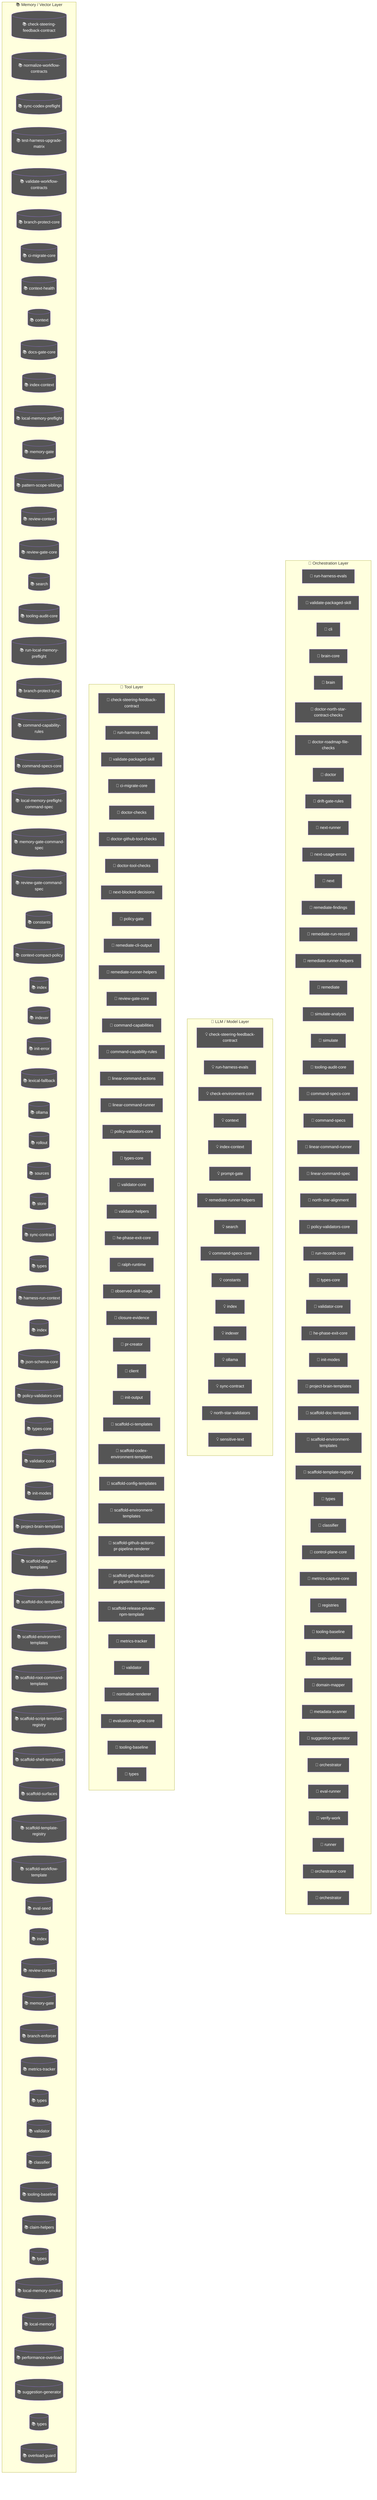
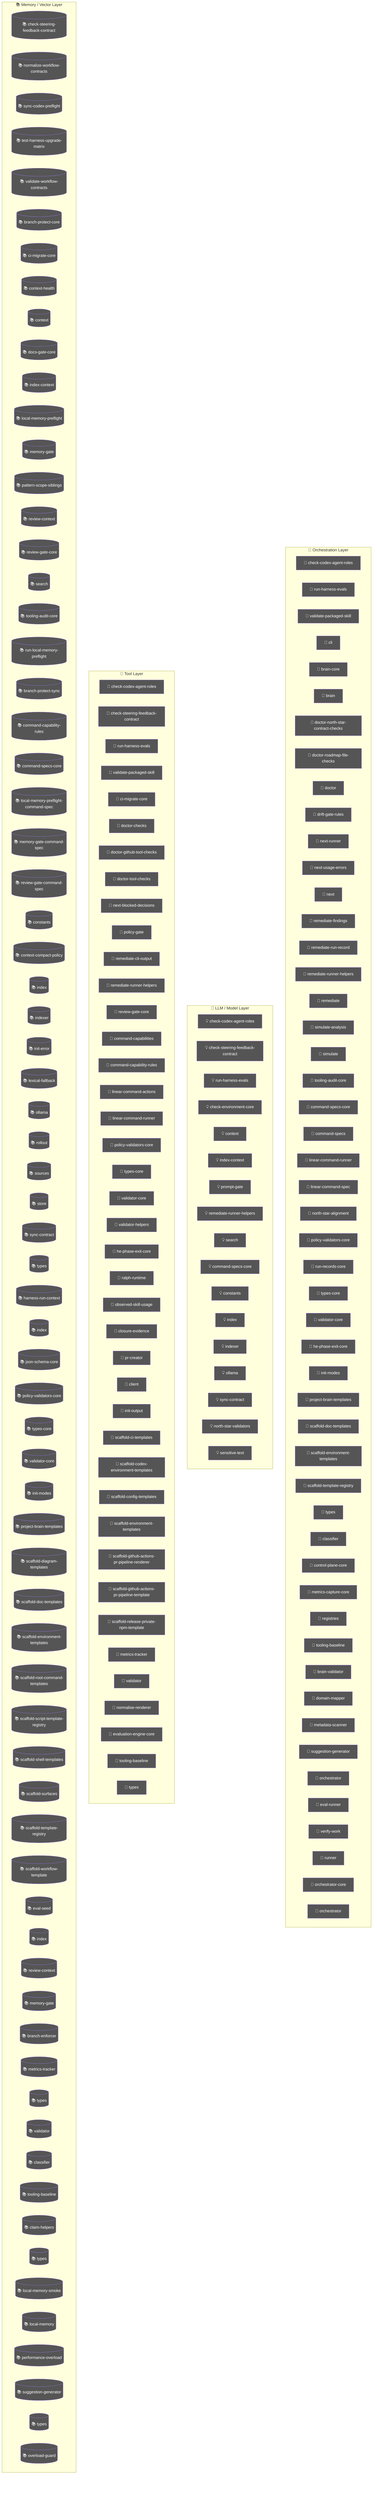
flowchart TD
  subgraph Orchestration["🎯 Orchestration Layer"]
+     node_agent_mmd_orchestration_layer_orchestration_chec_7a9f0b64["🤖 check-codex-agent-roles"]
    node_agent_mmd_orchestration_layer_orchestration_run__18817957["🤖 run-harness-evals"]
    node_agent_mmd_orchestration_layer_orchestration_vali_c01b04be["🤖 validate-packaged-skill"]
    cli_99bb8840["🤖 cli"]
    brain_core_aa07c380["🤖 brain-core"]
    brain_bbbf7a64["🤖 brain"]
    doctor_north_star_contract_checks_0048124c["🤖 doctor-north-star-contract-checks"]
    doctor_roadmap_file_checks_14447b8e["🤖 doctor-roadmap-file-checks"]
    doctor_72f4be89["🤖 doctor"]
    drift_gate_rules_9685e72d["🤖 drift-gate-rules"]
    next_runner_41643472["🤖 next-runner"]
    next_usage_errors_837a345a["🤖 next-usage-errors"]
    next_c6c1c9a9["🤖 next"]
    remediate_findings_8b09c8c6["🤖 remediate-findings"]
    remediate_run_record_9dfe5dc1["🤖 remediate-run-record"]
    node_agent_mmd_orchestration_layer_orchestration_reme_359fe98f["🤖 remediate-runner-helpers"]
    remediate_06b9c7fc["🤖 remediate"]
    simulate_analysis_164a460c["🤖 simulate-analysis"]
    simulate_b9efe395["🤖 simulate"]
    node_agent_mmd_orchestration_layer_orchestration_tool_acfe0c01["🤖 tooling-audit-core"]
    node_agent_mmd_orchestration_layer_orchestration_comm_1f8cc24c["🤖 command-specs-core"]
    command_specs_69167c63["🤖 command-specs"]
    node_agent_mmd_orchestration_layer_orchestration_line_b67affd5["🤖 linear-command-runner"]
    linear_command_spec_1e12dd44["🤖 linear-command-spec"]
    north_star_alignment_00440188["🤖 north-star-alignment"]
    node_agent_mmd_orchestration_layer_orchestration_poli_3270b55d["🤖 policy-validators-core"]
    run_records_core_89286dfa["🤖 run-records-core"]
    node_agent_mmd_orchestration_layer_orchestration_type_7cf81261["🤖 types-core"]
    node_agent_mmd_orchestration_layer_orchestration_vali_d9fe99e6["🤖 validator-core"]
    node_agent_mmd_orchestration_layer_orchestration_he_p_fc778c24["🤖 he-phase-exit-core"]
    node_agent_mmd_orchestration_layer_orchestration_init_2a9c3ecb["🤖 init-modes"]
    node_agent_mmd_orchestration_layer_orchestration_proj_6ab6f60f["🤖 project-brain-templates"]
    node_agent_mmd_orchestration_layer_orchestration_scaf_12cc07db["🤖 scaffold-doc-templates"]
    node_agent_mmd_orchestration_layer_orchestration_scaf_c9a90c2f["🤖 scaffold-environment-templates"]
    node_agent_mmd_orchestration_layer_orchestration_scaf_ff8f92f6["🤖 scaffold-template-registry"]
    types_8_f6283648["🤖 types"]
    node_agent_mmd_orchestration_layer_orchestration_clas_899b821a["🤖 classifier"]
    control_plane_core_db3b4cb2["🤖 control-plane-core"]
    metrics_capture_core_db4bf7cf["🤖 metrics-capture-core"]
    registries_06402afa["🤖 registries"]
    node_agent_mmd_orchestration_layer_orchestration_tool_cc43149f["🤖 tooling-baseline"]
    brain_validator_be251832["🤖 brain-validator"]
    domain_mapper_cd9333d2["🤖 domain-mapper"]
    metadata_scanner_6a101b66["🤖 metadata-scanner"]
    node_agent_mmd_orchestration_layer_orchestration_sugg_85c5ebe3["🤖 suggestion-generator"]
    orchestrator_11376b7e["🤖 orchestrator"]
    eval_runner_0966a6b3["🤖 eval-runner"]
    verify_work_1_cd8e7ec3["🤖 verify-work"]
    runner_527aa9f4["🤖 runner"]
    orchestrator_core_d0678b53["🤖 orchestrator-core"]
    orchestrator_1_6b7137c5["🤖 orchestrator"]
  end
  subgraph LLMLayer["🧠 LLM / Model Layer"]
+     node_agent_mmd_llm_model_layer_llmlayer_check_codex_a_29e7b7fa["💡 check-codex-agent-roles"]
    node_agent_mmd_llm_model_layer_llmlayer_check_steerin_a7dbbd2f["💡 check-steering-feedback-contract"]
    node_agent_mmd_llm_model_layer_llmlayer_run_harness_e_603fcfdc["💡 run-harness-evals"]
    check_environment_core_2c16213f["💡 check-environment-core"]
    node_agent_mmd_llm_model_layer_llmlayer_context_conte_ad2dfbd9["💡 context"]
    node_agent_mmd_llm_model_layer_llmlayer_index_context_1041bd11["💡 index-context"]
    prompt_gate_c5e9d207["💡 prompt-gate"]
    node_agent_mmd_llm_model_layer_llmlayer_remediate_run_9e3d4585["💡 remediate-runner-helpers"]
    node_agent_mmd_llm_model_layer_llmlayer_search_search_66b9a911["💡 search"]
    node_agent_mmd_llm_model_layer_llmlayer_command_specs_782af9fa["💡 command-specs-core"]
    node_agent_mmd_llm_model_layer_llmlayer_constants_con_c9bd3f6c["💡 constants"]
    node_agent_mmd_llm_model_layer_llmlayer_index_index_1_02e160ff["💡 index"]
    node_agent_mmd_llm_model_layer_llmlayer_indexer_index_4f4deef5["💡 indexer"]
    node_agent_mmd_llm_model_layer_llmlayer_ollama_ollama_968b23fa["💡 ollama"]
    node_agent_mmd_llm_model_layer_llmlayer_sync_contract_9f3cc8c1["💡 sync-contract"]
    north_star_validators_cfc926ce["💡 north-star-validators"]
    sensitive_text_7c11f760["💡 sensitive-text"]
  end
  subgraph ToolLayer["🔧 Tool Layer"]
+     node_agent_mmd_tool_layer_toollayer_check_codex_agent_4b361d5a["🔧 check-codex-agent-roles"]
    node_agent_mmd_tool_layer_toollayer_check_steering_fe_84ed22c2["🔧 check-steering-feedback-contract"]
    node_agent_mmd_tool_layer_toollayer_run_harness_evals_e2ee24f1["🔧 run-harness-evals"]
    node_agent_mmd_tool_layer_toollayer_validate_packaged_f6ed6f12["🔧 validate-packaged-skill"]
    node_agent_mmd_tool_layer_toollayer_ci_migrate_core_c_049f8460["🔧 ci-migrate-core"]
    doctor_checks_5a2eb2b9["🔧 doctor-checks"]
    doctor_github_tool_checks_a53b0382["🔧 doctor-github-tool-checks"]
    doctor_tool_checks_4acac51a["🔧 doctor-tool-checks"]
    next_blocked_decisions_4140ad2b["🔧 next-blocked-decisions"]
    policy_gate_213f7313["🔧 policy-gate"]
    remediate_cli_output_cc165396["🔧 remediate-cli-output"]
    node_agent_mmd_tool_layer_toollayer_remediate_runner__c003b871["🔧 remediate-runner-helpers"]
    node_agent_mmd_tool_layer_toollayer_review_gate_core__7704598b["🔧 review-gate-core"]
    command_capabilities_a4d5c71e["🔧 command-capabilities"]
    node_agent_mmd_tool_layer_toollayer_command_capabilit_e97a4615["🔧 command-capability-rules"]
    linear_command_actions_e430f4f4["🔧 linear-command-actions"]
    node_agent_mmd_tool_layer_toollayer_linear_command_ru_d6763748["🔧 linear-command-runner"]
    node_agent_mmd_tool_layer_toollayer_policy_validators_af136abf["🔧 policy-validators-core"]
    node_agent_mmd_tool_layer_toollayer_types_core_types__6c8319b6["🔧 types-core"]
    node_agent_mmd_tool_layer_toollayer_validator_core_va_6ef6131f["🔧 validator-core"]
    validator_helpers_7b927667["🔧 validator-helpers"]
    node_agent_mmd_tool_layer_toollayer_he_phase_exit_cor_af016160["🔧 he-phase-exit-core"]
    ralph_runtime_73d63c0e["🔧 ralph-runtime"]
    observed_skill_usage_ed7d5930["🔧 observed-skill-usage"]
    closure_evidence_aaa31467["🔧 closure-evidence"]
    pr_creator_dc6b1ea4["🔧 pr-creator"]
    client_948fe603["🔧 client"]
    init_output_360dce91["🔧 init-output"]
    scaffold_ci_templates_2afd6392["🔧 scaffold-ci-templates"]
    scaffold_codex_environment_templates_334fbbed["🔧 scaffold-codex-environment-templates"]
    scaffold_config_templates_4b80ce53["🔧 scaffold-config-templates"]
    node_agent_mmd_tool_layer_toollayer_scaffold_environm_c1afc013["🔧 scaffold-environment-templates"]
    scaffold_github_actions_pr_pipeline_renderer_1ee18de5["🔧 scaffold-github-actions-pr-pipeline-renderer"]
    scaffold_github_actions_pr_pipeline_template_e2b85f62["🔧 scaffold-github-actions-pr-pipeline-template"]
    scaffold_release_private_npm_template_075499f8["🔧 scaffold-release-private-npm-template"]
    node_agent_mmd_tool_layer_toollayer_metrics_tracker_m_4c9237d8["🔧 metrics-tracker"]
    node_agent_mmd_tool_layer_toollayer_validator_validat_96a84a52["🔧 validator"]
    normalise_renderer_85f2e563["🔧 normalise-renderer"]
    evaluation_engine_core_e054fe49["🔧 evaluation-engine-core"]
    node_agent_mmd_tool_layer_toollayer_tooling_baseline__61e66e9f["🔧 tooling-baseline"]
    types_21_5756f9dc["🔧 types"]
  end
  subgraph MemoryLayer["📚 Memory / Vector Layer"]
    node_agent_mmd_memory_vector_layer_memorylayer_check__d71f8993[("📚 check-steering-feedback-contract")]
    normalize_workflow_contracts_8701f1c8[("📚 normalize-workflow-contracts")]
    sync_codex_preflight_7e7a8dc2[("📚 sync-codex-preflight")]
    test_harness_upgrade_matrix_84113c4e[("📚 test-harness-upgrade-matrix")]
    validate_workflow_contracts_33dc063c[("📚 validate-workflow-contracts")]
    branch_protect_core_a8feb0fd[("📚 branch-protect-core")]
    node_agent_mmd_memory_vector_layer_memorylayer_ci_mig_0cd5b1a4[("📚 ci-migrate-core")]
    context_health_80bb7da9[("📚 context-health")]
    node_agent_mmd_memory_vector_layer_memorylayer_contex_78ceaaa9[("📚 context")]
    docs_gate_core_eb9b6c18[("📚 docs-gate-core")]
    node_agent_mmd_memory_vector_layer_memorylayer_index__6f3402d0[("📚 index-context")]
    local_memory_preflight_dcc36c42[("📚 local-memory-preflight")]
    memory_gate_a577a506[("📚 memory-gate")]
    pattern_scope_siblings_43abe000[("📚 pattern-scope-siblings")]
    review_context_ca6cf81d[("📚 review-context")]
    node_agent_mmd_memory_vector_layer_memorylayer_review_5bee9816[("📚 review-gate-core")]
    node_agent_mmd_memory_vector_layer_memorylayer_search_ac35cb7e[("📚 search")]
    node_agent_mmd_memory_vector_layer_memorylayer_toolin_a1185b8f[("📚 tooling-audit-core")]
    run_local_memory_preflight_36e92808[("📚 run-local-memory-preflight")]
    branch_protect_sync_570adb18[("📚 branch-protect-sync")]
    node_agent_mmd_memory_vector_layer_memorylayer_comman_c72a5d05[("📚 command-capability-rules")]
    node_agent_mmd_memory_vector_layer_memorylayer_comman_111eb454[("📚 command-specs-core")]
    local_memory_preflight_command_spec_9e23f3ce[("📚 local-memory-preflight-command-spec")]
    memory_gate_command_spec_dc9001a9[("📚 memory-gate-command-spec")]
    review_gate_command_spec_3187376a[("📚 review-gate-command-spec")]
    node_agent_mmd_memory_vector_layer_memorylayer_consta_702d3f46[("📚 constants")]
    context_compact_policy_3dcaf95d[("📚 context-compact-policy")]
    node_agent_mmd_memory_vector_layer_memorylayer_index__752bc61e[("📚 index")]
    node_agent_mmd_memory_vector_layer_memorylayer_indexe_93e6d86f[("📚 indexer")]
    init_error_5c7dd49f[("📚 init-error")]
    lexical_fallback_723e2b3e[("📚 lexical-fallback")]
    node_agent_mmd_memory_vector_layer_memorylayer_ollama_6d51be16[("📚 ollama")]
    rollout_a4fa034c[("📚 rollout")]
    sources_878a52fc[("📚 sources")]
    store_824d80d7[("📚 store")]
    node_agent_mmd_memory_vector_layer_memorylayer_sync_c_e43418bc[("📚 sync-contract")]
    types_3_9675d69b[("📚 types")]
    harness_run_context_ac7c77a9[("📚 harness-run-context")]
    index_1_faebc14e[("📚 index")]
    json_schema_core_96d7e328[("📚 json-schema-core")]
    node_agent_mmd_memory_vector_layer_memorylayer_policy_1944de42[("📚 policy-validators-core")]
    node_agent_mmd_memory_vector_layer_memorylayer_types__83f369fa[("📚 types-core")]
    node_agent_mmd_memory_vector_layer_memorylayer_valida_41034356[("📚 validator-core")]
    node_agent_mmd_memory_vector_layer_memorylayer_init_m_333d02c5[("📚 init-modes")]
    node_agent_mmd_memory_vector_layer_memorylayer_projec_3ae304d9[("📚 project-brain-templates")]
    scaffold_diagram_templates_dd88e83c[("📚 scaffold-diagram-templates")]
    node_agent_mmd_memory_vector_layer_memorylayer_scaffo_5fd73b94[("📚 scaffold-doc-templates")]
    node_agent_mmd_memory_vector_layer_memorylayer_scaffo_12b42341[("📚 scaffold-environment-templates")]
    scaffold_root_command_templates_404fed7f[("📚 scaffold-root-command-templates")]
    scaffold_script_template_registry_69312d4e[("📚 scaffold-script-template-registry")]
    scaffold_shell_templates_0ad0f915[("📚 scaffold-shell-templates")]
    scaffold_surfaces_12d6494e[("📚 scaffold-surfaces")]
    node_agent_mmd_memory_vector_layer_memorylayer_scaffo_a86eece1[("📚 scaffold-template-registry")]
    scaffold_workflow_template_92310587[("📚 scaffold-workflow-template")]
    eval_seed_5699fd3e[("📚 eval-seed")]
    index_4_013aa0e3[("📚 index")]
    review_context_1_e3afed15[("📚 review-context")]
    memory_gate_1_265164ac[("📚 memory-gate")]
    branch_enforcer_acb749cd[("📚 branch-enforcer")]
    node_agent_mmd_memory_vector_layer_memorylayer_metric_12562178[("📚 metrics-tracker")]
    types_10_75e5a4a0[("📚 types")]
    node_agent_mmd_memory_vector_layer_memorylayer_valida_1b167f63[("📚 validator")]
    node_agent_mmd_memory_vector_layer_memorylayer_classi_1ebbf5ff[("📚 classifier")]
    node_agent_mmd_memory_vector_layer_memorylayer_toolin_14f86b00[("📚 tooling-baseline")]
    claim_helpers_20dc8387[("📚 claim-helpers")]
    types_14_fe7507be[("📚 types")]
    local_memory_smoke_1175abfc[("📚 local-memory-smoke")]
    local_memory_0db17ecc[("📚 local-memory")]
    performance_overload_c685bfcf[("📚 performance-overload")]
    node_agent_mmd_memory_vector_layer_memorylayer_sugges_267f408d[("📚 suggestion-generator")]
    types_19_eb4ad5f0[("📚 types")]
    overload_guard_2748c559[("📚 overload-guard")]
  end
  classDef agentNode fill:#555,color:#fff
-   class node_agent_mmd_orchestration_layer_orchestration_run__18817957,node_agent_mmd_llm_model_layer_llmlayer_run_harness_e_603fcfdc,node_agent_mmd_tool_layer_toollayer_run_harness_evals_e2ee24f1,node_agent_mmd_orchestration_layer_orchestration_vali_c01b04be,node_agent_mmd_tool_layer_toollayer_validate_packaged_f6ed6f12,cli_99bb8840,brain_core_aa07c380,brain_bbbf7a64,doctor_north_star_contract_checks_0048124c,doctor_roadmap_file_checks_14447b8e,doctor_72f4be89,drift_gate_rules_9685e72d,next_runner_41643472,next_usage_errors_837a345a,next_c6c1c9a9,remediate_findings_8b09c8c6,remediate_run_record_9dfe5dc1,node_agent_mmd_orchestration_layer_orchestration_reme_359fe98f,node_agent_mmd_llm_model_layer_llmlayer_remediate_run_9e3d4585,node_agent_mmd_tool_layer_toollayer_remediate_runner__c003b871,remediate_06b9c7fc,simulate_analysis_164a460c,simulate_b9efe395,node_agent_mmd_orchestration_layer_orchestration_tool_acfe0c01,node_agent_mmd_memory_vector_layer_memorylayer_toolin_a1185b8f,node_agent_mmd_orchestration_layer_orchestration_comm_1f8cc24c,node_agent_mmd_llm_model_layer_llmlayer_command_specs_782af9fa,node_agent_mmd_memory_vector_layer_memorylayer_comman_111eb454,command_specs_69167c63,node_agent_mmd_orchestration_layer_orchestration_line_b67affd5,node_agent_mmd_tool_layer_toollayer_linear_command_ru_d6763748,linear_command_spec_1e12dd44,north_star_alignment_00440188,node_agent_mmd_orchestration_layer_orchestration_poli_3270b55d,node_agent_mmd_tool_layer_toollayer_policy_validators_af136abf,node_agent_mmd_memory_vector_layer_memorylayer_policy_1944de42,run_records_core_89286dfa,node_agent_mmd_orchestration_layer_orchestration_type_7cf81261,node_agent_mmd_tool_layer_toollayer_types_core_types__6c8319b6,node_agent_mmd_memory_vector_layer_memorylayer_types__83f369fa,node_agent_mmd_orchestration_layer_orchestration_vali_d9fe99e6,node_agent_mmd_tool_layer_toollayer_validator_core_va_6ef6131f,node_agent_mmd_memory_vector_layer_memorylayer_valida_41034356,node_agent_mmd_orchestration_layer_orchestration_he_p_fc778c24,node_agent_mmd_tool_layer_toollayer_he_phase_exit_cor_af016160,node_agent_mmd_orchestration_layer_orchestration_init_2a9c3ecb,node_agent_mmd_memory_vector_layer_memorylayer_init_m_333d02c5,node_agent_mmd_orchestration_layer_orchestration_proj_6ab6f60f,node_agent_mmd_memory_vector_layer_memorylayer_projec_3ae304d9,node_agent_mmd_orchestration_layer_orchestration_scaf_12cc07db,node_agent_mmd_memory_vector_layer_memorylayer_scaffo_5fd73b94,node_agent_mmd_orchestration_layer_orchestration_scaf_c9a90c2f,node_agent_mmd_tool_layer_toollayer_scaffold_environm_c1afc013,node_agent_mmd_memory_vector_layer_memorylayer_scaffo_12b42341,node_agent_mmd_orchestration_layer_orchestration_scaf_ff8f92f6,node_agent_mmd_memory_vector_layer_memorylayer_scaffo_a86eece1,types_8_f6283648,node_agent_mmd_orchestration_layer_orchestration_clas_899b821a,node_agent_mmd_memory_vector_layer_memorylayer_classi_1ebbf5ff,control_plane_core_db3b4cb2,metrics_capture_core_db4bf7cf,registries_06402afa,node_agent_mmd_orchestration_layer_orchestration_tool_cc43149f,node_agent_mmd_tool_layer_toollayer_tooling_baseline__61e66e9f,node_agent_mmd_memory_vector_layer_memorylayer_toolin_14f86b00,brain_validator_be251832,domain_mapper_cd9333d2,metadata_scanner_6a101b66,node_agent_mmd_orchestration_layer_orchestration_sugg_85c5ebe3,node_agent_mmd_memory_vector_layer_memorylayer_sugges_267f408d,orchestrator_11376b7e,eval_runner_0966a6b3,verify_work_1_cd8e7ec3,runner_527aa9f4,orchestrator_core_d0678b53,orchestrator_1_6b7137c5 agentNode
+   class node_agent_mmd_orchestration_layer_orchestration_chec_7a9f0b64,node_agent_mmd_llm_model_layer_llmlayer_check_codex_a_29e7b7fa,node_agent_mmd_tool_layer_toollayer_check_codex_agent_4b361d5a,node_agent_mmd_orchestration_layer_orchestration_run__18817957,node_agent_mmd_llm_model_layer_llmlayer_run_harness_e_603fcfdc,node_agent_mmd_tool_layer_toollayer_run_harness_evals_e2ee24f1,node_agent_mmd_orchestration_layer_orchestration_vali_c01b04be,node_agent_mmd_tool_layer_toollayer_validate_packaged_f6ed6f12,cli_99bb8840,brain_core_aa07c380,brain_bbbf7a64,doctor_north_star_contract_checks_0048124c,doctor_roadmap_file_checks_14447b8e,doctor_72f4be89,drift_gate_rules_9685e72d,next_runner_41643472,next_usage_errors_837a345a,next_c6c1c9a9,remediate_findings_8b09c8c6,remediate_run_record_9dfe5dc1,node_agent_mmd_orchestration_layer_orchestration_reme_359fe98f,node_agent_mmd_llm_model_layer_llmlayer_remediate_run_9e3d4585,node_agent_mmd_tool_layer_toollayer_remediate_runner__c003b871,remediate_06b9c7fc,simulate_analysis_164a460c,simulate_b9efe395,node_agent_mmd_orchestration_layer_orchestration_tool_acfe0c01,node_agent_mmd_memory_vector_layer_memorylayer_toolin_a1185b8f,node_agent_mmd_orchestration_layer_orchestration_comm_1f8cc24c,node_agent_mmd_llm_model_layer_llmlayer_command_specs_782af9fa,node_agent_mmd_memory_vector_layer_memorylayer_comman_111eb454,command_specs_69167c63,node_agent_mmd_orchestration_layer_orchestration_line_b67affd5,node_agent_mmd_tool_layer_toollayer_linear_command_ru_d6763748,linear_command_spec_1e12dd44,north_star_alignment_00440188,node_agent_mmd_orchestration_layer_orchestration_poli_3270b55d,node_agent_mmd_tool_layer_toollayer_policy_validators_af136abf,node_agent_mmd_memory_vector_layer_memorylayer_policy_1944de42,run_records_core_89286dfa,node_agent_mmd_orchestration_layer_orchestration_type_7cf81261,node_agent_mmd_tool_layer_toollayer_types_core_types__6c8319b6,node_agent_mmd_memory_vector_layer_memorylayer_types__83f369fa,node_agent_mmd_orchestration_layer_orchestration_vali_d9fe99e6,node_agent_mmd_tool_layer_toollayer_validator_core_va_6ef6131f,node_agent_mmd_memory_vector_layer_memorylayer_valida_41034356,node_agent_mmd_orchestration_layer_orchestration_he_p_fc778c24,node_agent_mmd_tool_layer_toollayer_he_phase_exit_cor_af016160,node_agent_mmd_orchestration_layer_orchestration_init_2a9c3ecb,node_agent_mmd_memory_vector_layer_memorylayer_init_m_333d02c5,node_agent_mmd_orchestration_layer_orchestration_proj_6ab6f60f,node_agent_mmd_memory_vector_layer_memorylayer_projec_3ae304d9,node_agent_mmd_orchestration_layer_orchestration_scaf_12cc07db,node_agent_mmd_memory_vector_layer_memorylayer_scaffo_5fd73b94,node_agent_mmd_orchestration_layer_orchestration_scaf_c9a90c2f,node_agent_mmd_tool_layer_toollayer_scaffold_environm_c1afc013,node_agent_mmd_memory_vector_layer_memorylayer_scaffo_12b42341,node_agent_mmd_orchestration_layer_orchestration_scaf_ff8f92f6,node_agent_mmd_memory_vector_layer_memorylayer_scaffo_a86eece1,types_8_f6283648,node_agent_mmd_orchestration_layer_orchestration_clas_899b821a,node_agent_mmd_memory_vector_layer_memorylayer_classi_1ebbf5ff,control_plane_core_db3b4cb2,metrics_capture_core_db4bf7cf,registries_06402afa,node_agent_mmd_orchestration_layer_orchestration_tool_cc43149f,node_agent_mmd_tool_layer_toollayer_tooling_baseline__61e66e9f,node_agent_mmd_memory_vector_layer_memorylayer_toolin_14f86b00,brain_validator_be251832,domain_mapper_cd9333d2,metadata_scanner_6a101b66,node_agent_mmd_orchestration_layer_orchestration_sugg_85c5ebe3,node_agent_mmd_memory_vector_layer_memorylayer_sugges_267f408d,orchestrator_11376b7e,eval_runner_0966a6b3,verify_work_1_cd8e7ec3,runner_527aa9f4,orchestrator_core_d0678b53,orchestrator_1_6b7137c5 agentNode
  classDef llmNode fill:#555,color:#fff
-   class node_agent_mmd_llm_model_layer_llmlayer_check_steerin_a7dbbd2f,node_agent_mmd_tool_layer_toollayer_check_steering_fe_84ed22c2,node_agent_mmd_memory_vector_layer_memorylayer_check__d71f8993,node_agent_mmd_orchestration_layer_orchestration_run__18817957,node_agent_mmd_llm_model_layer_llmlayer_run_harness_e_603fcfdc,node_agent_mmd_tool_layer_toollayer_run_harness_evals_e2ee24f1,check_environment_core_2c16213f,node_agent_mmd_llm_model_layer_llmlayer_context_conte_ad2dfbd9,node_agent_mmd_memory_vector_layer_memorylayer_contex_78ceaaa9,node_agent_mmd_llm_model_layer_llmlayer_index_context_1041bd11,node_agent_mmd_memory_vector_layer_memorylayer_index__6f3402d0,prompt_gate_c5e9d207,node_agent_mmd_orchestration_layer_orchestration_reme_359fe98f,node_agent_mmd_llm_model_layer_llmlayer_remediate_run_9e3d4585,node_agent_mmd_tool_layer_toollayer_remediate_runner__c003b871,node_agent_mmd_llm_model_layer_llmlayer_search_search_66b9a911,node_agent_mmd_memory_vector_layer_memorylayer_search_ac35cb7e,node_agent_mmd_orchestration_layer_orchestration_comm_1f8cc24c,node_agent_mmd_llm_model_layer_llmlayer_command_specs_782af9fa,node_agent_mmd_memory_vector_layer_memorylayer_comman_111eb454,node_agent_mmd_llm_model_layer_llmlayer_constants_con_c9bd3f6c,node_agent_mmd_memory_vector_layer_memorylayer_consta_702d3f46,node_agent_mmd_llm_model_layer_llmlayer_index_index_1_02e160ff,node_agent_mmd_memory_vector_layer_memorylayer_index__752bc61e,node_agent_mmd_llm_model_layer_llmlayer_indexer_index_4f4deef5,node_agent_mmd_memory_vector_layer_memorylayer_indexe_93e6d86f,node_agent_mmd_llm_model_layer_llmlayer_ollama_ollama_968b23fa,node_agent_mmd_memory_vector_layer_memorylayer_ollama_6d51be16,node_agent_mmd_llm_model_layer_llmlayer_sync_contract_9f3cc8c1,node_agent_mmd_memory_vector_layer_memorylayer_sync_c_e43418bc,north_star_validators_cfc926ce,sensitive_text_7c11f760 llmNode
+   class node_agent_mmd_orchestration_layer_orchestration_chec_7a9f0b64,node_agent_mmd_llm_model_layer_llmlayer_check_codex_a_29e7b7fa,node_agent_mmd_tool_layer_toollayer_check_codex_agent_4b361d5a,node_agent_mmd_llm_model_layer_llmlayer_check_steerin_a7dbbd2f,node_agent_mmd_tool_layer_toollayer_check_steering_fe_84ed22c2,node_agent_mmd_memory_vector_layer_memorylayer_check__d71f8993,node_agent_mmd_orchestration_layer_orchestration_run__18817957,node_agent_mmd_llm_model_layer_llmlayer_run_harness_e_603fcfdc,node_agent_mmd_tool_layer_toollayer_run_harness_evals_e2ee24f1,check_environment_core_2c16213f,node_agent_mmd_llm_model_layer_llmlayer_context_conte_ad2dfbd9,node_agent_mmd_memory_vector_layer_memorylayer_contex_78ceaaa9,node_agent_mmd_llm_model_layer_llmlayer_index_context_1041bd11,node_agent_mmd_memory_vector_layer_memorylayer_index__6f3402d0,prompt_gate_c5e9d207,node_agent_mmd_orchestration_layer_orchestration_reme_359fe98f,node_agent_mmd_llm_model_layer_llmlayer_remediate_run_9e3d4585,node_agent_mmd_tool_layer_toollayer_remediate_runner__c003b871,node_agent_mmd_llm_model_layer_llmlayer_search_search_66b9a911,node_agent_mmd_memory_vector_layer_memorylayer_search_ac35cb7e,node_agent_mmd_orchestration_layer_orchestration_comm_1f8cc24c,node_agent_mmd_llm_model_layer_llmlayer_command_specs_782af9fa,node_agent_mmd_memory_vector_layer_memorylayer_comman_111eb454,node_agent_mmd_llm_model_layer_llmlayer_constants_con_c9bd3f6c,node_agent_mmd_memory_vector_layer_memorylayer_consta_702d3f46,node_agent_mmd_llm_model_layer_llmlayer_index_index_1_02e160ff,node_agent_mmd_memory_vector_layer_memorylayer_index__752bc61e,node_agent_mmd_llm_model_layer_llmlayer_indexer_index_4f4deef5,node_agent_mmd_memory_vector_layer_memorylayer_indexe_93e6d86f,node_agent_mmd_llm_model_layer_llmlayer_ollama_ollama_968b23fa,node_agent_mmd_memory_vector_layer_memorylayer_ollama_6d51be16,node_agent_mmd_llm_model_layer_llmlayer_sync_contract_9f3cc8c1,node_agent_mmd_memory_vector_layer_memorylayer_sync_c_e43418bc,north_star_validators_cfc926ce,sensitive_text_7c11f760 llmNode
  classDef toolNode fill:#555,color:#fff
-   class node_agent_mmd_llm_model_layer_llmlayer_check_steerin_a7dbbd2f,node_agent_mmd_tool_layer_toollayer_check_steering_fe_84ed22c2,node_agent_mmd_memory_vector_layer_memorylayer_check__d71f8993,node_agent_mmd_orchestration_layer_orchestration_run__18817957,node_agent_mmd_llm_model_layer_llmlayer_run_harness_e_603fcfdc,node_agent_mmd_tool_layer_toollayer_run_harness_evals_e2ee24f1,node_agent_mmd_orchestration_layer_orchestration_vali_c01b04be,node_agent_mmd_tool_layer_toollayer_validate_packaged_f6ed6f12,node_agent_mmd_tool_layer_toollayer_ci_migrate_core_c_049f8460,node_agent_mmd_memory_vector_layer_memorylayer_ci_mig_0cd5b1a4,doctor_checks_5a2eb2b9,doctor_github_tool_checks_a53b0382,doctor_tool_checks_4acac51a,next_blocked_decisions_4140ad2b,policy_gate_213f7313,remediate_cli_output_cc165396,node_agent_mmd_orchestration_layer_orchestration_reme_359fe98f,node_agent_mmd_llm_model_layer_llmlayer_remediate_run_9e3d4585,node_agent_mmd_tool_layer_toollayer_remediate_runner__c003b871,node_agent_mmd_tool_layer_toollayer_review_gate_core__7704598b,node_agent_mmd_memory_vector_layer_memorylayer_review_5bee9816,command_capabilities_a4d5c71e,node_agent_mmd_tool_layer_toollayer_command_capabilit_e97a4615,node_agent_mmd_memory_vector_layer_memorylayer_comman_c72a5d05,linear_command_actions_e430f4f4,node_agent_mmd_orchestration_layer_orchestration_line_b67affd5,node_agent_mmd_tool_layer_toollayer_linear_command_ru_d6763748,node_agent_mmd_orchestration_layer_orchestration_poli_3270b55d,node_agent_mmd_tool_layer_toollayer_policy_validators_af136abf,node_agent_mmd_memory_vector_layer_memorylayer_policy_1944de42,node_agent_mmd_orchestration_layer_orchestration_type_7cf81261,node_agent_mmd_tool_layer_toollayer_types_core_types__6c8319b6,node_agent_mmd_memory_vector_layer_memorylayer_types__83f369fa,node_agent_mmd_orchestration_layer_orchestration_vali_d9fe99e6,node_agent_mmd_tool_layer_toollayer_validator_core_va_6ef6131f,node_agent_mmd_memory_vector_layer_memorylayer_valida_41034356,validator_helpers_7b927667,node_agent_mmd_orchestration_layer_orchestration_he_p_fc778c24,node_agent_mmd_tool_layer_toollayer_he_phase_exit_cor_af016160,ralph_runtime_73d63c0e,observed_skill_usage_ed7d5930,closure_evidence_aaa31467,pr_creator_dc6b1ea4,client_948fe603,init_output_360dce91,scaffold_ci_templates_2afd6392,scaffold_codex_environment_templates_334fbbed,scaffold_config_templates_4b80ce53,node_agent_mmd_orchestration_layer_orchestration_scaf_c9a90c2f,node_agent_mmd_tool_layer_toollayer_scaffold_environm_c1afc013,node_agent_mmd_memory_vector_layer_memorylayer_scaffo_12b42341,scaffold_github_actions_pr_pipeline_renderer_1ee18de5,scaffold_github_actions_pr_pipeline_template_e2b85f62,scaffold_release_private_npm_template_075499f8,node_agent_mmd_tool_layer_toollayer_metrics_tracker_m_4c9237d8,node_agent_mmd_memory_vector_layer_memorylayer_metric_12562178,node_agent_mmd_tool_layer_toollayer_validator_validat_96a84a52,node_agent_mmd_memory_vector_layer_memorylayer_valida_1b167f63,normalise_renderer_85f2e563,evaluation_engine_core_e054fe49,node_agent_mmd_orchestration_layer_orchestration_tool_cc43149f,node_agent_mmd_tool_layer_toollayer_tooling_baseline__61e66e9f,node_agent_mmd_memory_vector_layer_memorylayer_toolin_14f86b00,types_21_5756f9dc toolNode
+   class node_agent_mmd_orchestration_layer_orchestration_chec_7a9f0b64,node_agent_mmd_llm_model_layer_llmlayer_check_codex_a_29e7b7fa,node_agent_mmd_tool_layer_toollayer_check_codex_agent_4b361d5a,node_agent_mmd_llm_model_layer_llmlayer_check_steerin_a7dbbd2f,node_agent_mmd_tool_layer_toollayer_check_steering_fe_84ed22c2,node_agent_mmd_memory_vector_layer_memorylayer_check__d71f8993,node_agent_mmd_orchestration_layer_orchestration_run__18817957,node_agent_mmd_llm_model_layer_llmlayer_run_harness_e_603fcfdc,node_agent_mmd_tool_layer_toollayer_run_harness_evals_e2ee24f1,node_agent_mmd_orchestration_layer_orchestration_vali_c01b04be,node_agent_mmd_tool_layer_toollayer_validate_packaged_f6ed6f12,node_agent_mmd_tool_layer_toollayer_ci_migrate_core_c_049f8460,node_agent_mmd_memory_vector_layer_memorylayer_ci_mig_0cd5b1a4,doctor_checks_5a2eb2b9,doctor_github_tool_checks_a53b0382,doctor_tool_checks_4acac51a,next_blocked_decisions_4140ad2b,policy_gate_213f7313,remediate_cli_output_cc165396,node_agent_mmd_orchestration_layer_orchestration_reme_359fe98f,node_agent_mmd_llm_model_layer_llmlayer_remediate_run_9e3d4585,node_agent_mmd_tool_layer_toollayer_remediate_runner__c003b871,node_agent_mmd_tool_layer_toollayer_review_gate_core__7704598b,node_agent_mmd_memory_vector_layer_memorylayer_review_5bee9816,command_capabilities_a4d5c71e,node_agent_mmd_tool_layer_toollayer_command_capabilit_e97a4615,node_agent_mmd_memory_vector_layer_memorylayer_comman_c72a5d05,linear_command_actions_e430f4f4,node_agent_mmd_orchestration_layer_orchestration_line_b67affd5,node_agent_mmd_tool_layer_toollayer_linear_command_ru_d6763748,node_agent_mmd_orchestration_layer_orchestration_poli_3270b55d,node_agent_mmd_tool_layer_toollayer_policy_validators_af136abf,node_agent_mmd_memory_vector_layer_memorylayer_policy_1944de42,node_agent_mmd_orchestration_layer_orchestration_type_7cf81261,node_agent_mmd_tool_layer_toollayer_types_core_types__6c8319b6,node_agent_mmd_memory_vector_layer_memorylayer_types__83f369fa,node_agent_mmd_orchestration_layer_orchestration_vali_d9fe99e6,node_agent_mmd_tool_layer_toollayer_validator_core_va_6ef6131f,node_agent_mmd_memory_vector_layer_memorylayer_valida_41034356,validator_helpers_7b927667,node_agent_mmd_orchestration_layer_orchestration_he_p_fc778c24,node_agent_mmd_tool_layer_toollayer_he_phase_exit_cor_af016160,ralph_runtime_73d63c0e,observed_skill_usage_ed7d5930,closure_evidence_aaa31467,pr_creator_dc6b1ea4,client_948fe603,init_output_360dce91,scaffold_ci_templates_2afd6392,scaffold_codex_environment_templates_334fbbed,scaffold_config_templates_4b80ce53,node_agent_mmd_orchestration_layer_orchestration_scaf_c9a90c2f,node_agent_mmd_tool_layer_toollayer_scaffold_environm_c1afc013,node_agent_mmd_memory_vector_layer_memorylayer_scaffo_12b42341,scaffold_github_actions_pr_pipeline_renderer_1ee18de5,scaffold_github_actions_pr_pipeline_template_e2b85f62,scaffold_release_private_npm_template_075499f8,node_agent_mmd_tool_layer_toollayer_metrics_tracker_m_4c9237d8,node_agent_mmd_memory_vector_layer_memorylayer_metric_12562178,node_agent_mmd_tool_layer_toollayer_validator_validat_96a84a52,node_agent_mmd_memory_vector_layer_memorylayer_valida_1b167f63,normalise_renderer_85f2e563,evaluation_engine_core_e054fe49,node_agent_mmd_orchestration_layer_orchestration_tool_cc43149f,node_agent_mmd_tool_layer_toollayer_tooling_baseline__61e66e9f,node_agent_mmd_memory_vector_layer_memorylayer_toolin_14f86b00,types_21_5756f9dc toolNode
  classDef memNode fill:#555,color:#fff
  class node_agent_mmd_llm_model_layer_llmlayer_check_steerin_a7dbbd2f,node_agent_mmd_tool_layer_toollayer_check_steering_fe_84ed22c2,node_agent_mmd_memory_vector_layer_memorylayer_check__d71f8993,normalize_workflow_contracts_8701f1c8,sync_codex_preflight_7e7a8dc2,test_harness_upgrade_matrix_84113c4e,validate_workflow_contracts_33dc063c,branch_protect_core_a8feb0fd,node_agent_mmd_tool_layer_toollayer_ci_migrate_core_c_049f8460,node_agent_mmd_memory_vector_layer_memorylayer_ci_mig_0cd5b1a4,context_health_80bb7da9,node_agent_mmd_llm_model_layer_llmlayer_context_conte_ad2dfbd9,node_agent_mmd_memory_vector_layer_memorylayer_contex_78ceaaa9,docs_gate_core_eb9b6c18,node_agent_mmd_llm_model_layer_llmlayer_index_context_1041bd11,node_agent_mmd_memory_vector_layer_memorylayer_index__6f3402d0,local_memory_preflight_dcc36c42,memory_gate_a577a506,pattern_scope_siblings_43abe000,review_context_ca6cf81d,node_agent_mmd_tool_layer_toollayer_review_gate_core__7704598b,node_agent_mmd_memory_vector_layer_memorylayer_review_5bee9816,node_agent_mmd_llm_model_layer_llmlayer_search_search_66b9a911,node_agent_mmd_memory_vector_layer_memorylayer_search_ac35cb7e,node_agent_mmd_orchestration_layer_orchestration_tool_acfe0c01,node_agent_mmd_memory_vector_layer_memorylayer_toolin_a1185b8f,run_local_memory_preflight_36e92808,branch_protect_sync_570adb18,node_agent_mmd_tool_layer_toollayer_command_capabilit_e97a4615,node_agent_mmd_memory_vector_layer_memorylayer_comman_c72a5d05,node_agent_mmd_orchestration_layer_orchestration_comm_1f8cc24c,node_agent_mmd_llm_model_layer_llmlayer_command_specs_782af9fa,node_agent_mmd_memory_vector_layer_memorylayer_comman_111eb454,local_memory_preflight_command_spec_9e23f3ce,memory_gate_command_spec_dc9001a9,review_gate_command_spec_3187376a,node_agent_mmd_llm_model_layer_llmlayer_constants_con_c9bd3f6c,node_agent_mmd_memory_vector_layer_memorylayer_consta_702d3f46,context_compact_policy_3dcaf95d,node_agent_mmd_llm_model_layer_llmlayer_index_index_1_02e160ff,node_agent_mmd_memory_vector_layer_memorylayer_index__752bc61e,node_agent_mmd_llm_model_layer_llmlayer_indexer_index_4f4deef5,node_agent_mmd_memory_vector_layer_memorylayer_indexe_93e6d86f,init_error_5c7dd49f,lexical_fallback_723e2b3e,node_agent_mmd_llm_model_layer_llmlayer_ollama_ollama_968b23fa,node_agent_mmd_memory_vector_layer_memorylayer_ollama_6d51be16,rollout_a4fa034c,sources_878a52fc,store_824d80d7,node_agent_mmd_llm_model_layer_llmlayer_sync_contract_9f3cc8c1,node_agent_mmd_memory_vector_layer_memorylayer_sync_c_e43418bc,types_3_9675d69b,harness_run_context_ac7c77a9,index_1_faebc14e,json_schema_core_96d7e328,node_agent_mmd_orchestration_layer_orchestration_poli_3270b55d,node_agent_mmd_tool_layer_toollayer_policy_validators_af136abf,node_agent_mmd_memory_vector_layer_memorylayer_policy_1944de42,node_agent_mmd_orchestration_layer_orchestration_type_7cf81261,node_agent_mmd_tool_layer_toollayer_types_core_types__6c8319b6,node_agent_mmd_memory_vector_layer_memorylayer_types__83f369fa,node_agent_mmd_orchestration_layer_orchestration_vali_d9fe99e6,node_agent_mmd_tool_layer_toollayer_validator_core_va_6ef6131f,node_agent_mmd_memory_vector_layer_memorylayer_valida_41034356,node_agent_mmd_orchestration_layer_orchestration_init_2a9c3ecb,node_agent_mmd_memory_vector_layer_memorylayer_init_m_333d02c5,node_agent_mmd_orchestration_layer_orchestration_proj_6ab6f60f,node_agent_mmd_memory_vector_layer_memorylayer_projec_3ae304d9,scaffold_diagram_templates_dd88e83c,node_agent_mmd_orchestration_layer_orchestration_scaf_12cc07db,node_agent_mmd_memory_vector_layer_memorylayer_scaffo_5fd73b94,node_agent_mmd_orchestration_layer_orchestration_scaf_c9a90c2f,node_agent_mmd_tool_layer_toollayer_scaffold_environm_c1afc013,node_agent_mmd_memory_vector_layer_memorylayer_scaffo_12b42341,scaffold_root_command_templates_404fed7f,scaffold_script_template_registry_69312d4e,scaffold_shell_templates_0ad0f915,scaffold_surfaces_12d6494e,node_agent_mmd_orchestration_layer_orchestration_scaf_ff8f92f6,node_agent_mmd_memory_vector_layer_memorylayer_scaffo_a86eece1,scaffold_workflow_template_92310587,eval_seed_5699fd3e,index_4_013aa0e3,review_context_1_e3afed15,memory_gate_1_265164ac,branch_enforcer_acb749cd,node_agent_mmd_tool_layer_toollayer_metrics_tracker_m_4c9237d8,node_agent_mmd_memory_vector_layer_memorylayer_metric_12562178,types_10_75e5a4a0,node_agent_mmd_tool_layer_toollayer_validator_validat_96a84a52,node_agent_mmd_memory_vector_layer_memorylayer_valida_1b167f63,node_agent_mmd_orchestration_layer_orchestration_clas_899b821a,node_agent_mmd_memory_vector_layer_memorylayer_classi_1ebbf5ff,node_agent_mmd_orchestration_layer_orchestration_tool_cc43149f,node_agent_mmd_tool_layer_toollayer_tooling_baseline__61e66e9f,node_agent_mmd_memory_vector_layer_memorylayer_toolin_14f86b00,claim_helpers_20dc8387,types_14_fe7507be,local_memory_smoke_1175abfc,local_memory_0db17ecc,performance_overload_c685bfcf,node_agent_mmd_orchestration_layer_orchestration_sugg_85c5ebe3,node_agent_mmd_memory_vector_layer_memorylayer_sugges_267f408d,types_19_eb4ad5f0,overload_guard_2748c559 memNode
